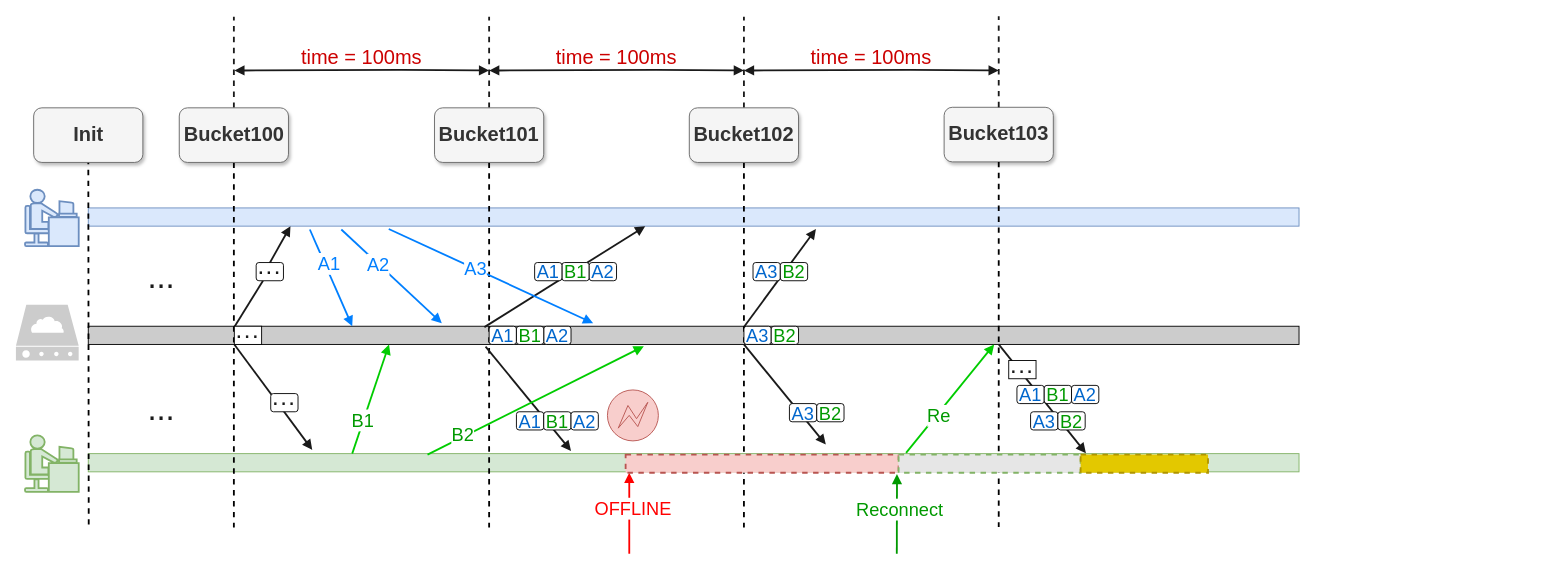
yrdimple/flowChart keeps this draw.io diagram as page "Bucket LockStep 2.0 的副本" (6 of 20) of booming/Booming ypwangv3.0 104ppt-17.drawio. Above is the earlier version. Source tidied: cells renumbered, new cells numbered last; positions are measured from the earlier drawing's top-left corner, leaving out a move shared by most shapes. Both pictures are drawn from the tidied source at 91%, with x=0, y=0 at pixel (15, 15).
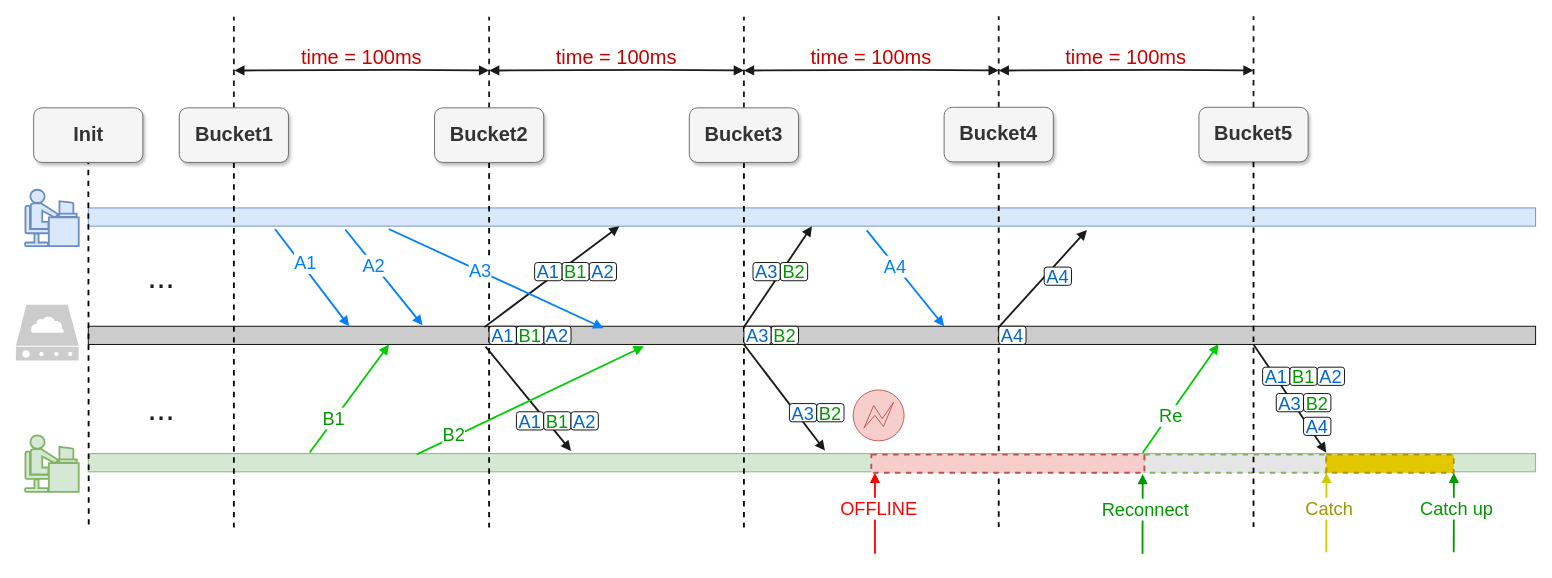
The same page after the edit.

The edit, as a diff of the source:
```diff
@@
     <mxCell id="2" style="rounded=0;whiteSpace=wrap;html=1;fillColor=#CCCCCC;" parent="1" vertex="1">
-      <mxGeometry x="79.5" y="341" width="1330.5" height="20" as="geometry" />
+      <mxGeometry x="79.5" y="341" width="1590.5" height="20" as="geometry" />
     </mxCell>
     <mxCell id="3" style="rounded=0;whiteSpace=wrap;html=1;fillColor=#d5e8d4;strokeColor=#82b366;" parent="1" vertex="1">
-      <mxGeometry x="79.5" y="481" width="1330.5" height="20" as="geometry" />
+      <mxGeometry x="79.5" y="481" width="1590.5" height="20" as="geometry" />
     </mxCell>
     <mxCell id="4" style="rounded=0;whiteSpace=wrap;html=1;fillColor=#dae8fc;strokeColor=#6c8ebf;" parent="1" vertex="1">
-      <mxGeometry x="79.5" y="211" width="1330.5" height="20" as="geometry" />
+      <mxGeometry x="79.5" y="211" width="1590.5" height="20" as="geometry" />
     </mxCell>
@@
-    <mxCell id="8" value="Bucket100" style="rounded=1;whiteSpace=wrap;html=1;fontSize=22;fillColor=#f5f5f5;strokeColor=#666666;fontColor=#333333;shadow=1;fontStyle=1;" parent="1" vertex="1">
+    <mxCell id="8" value="Bucket1" style="rounded=1;whiteSpace=wrap;html=1;fontSize=22;fillColor=#f5f5f5;strokeColor=#666666;fontColor=#333333;shadow=1;fontStyle=1;" parent="1" vertex="1">
       <mxGeometry x="179.5" y="101" width="120" height="60" as="geometry" />
     </mxCell>
@@
-    <mxCell id="11" style="endArrow=block;html=1;rounded=0;strokeWidth=2;fillColor=#dae8fc;gradientColor=#7ea6e0;strokeColor=#007FFF;endFill=1;fontSize=20;exitX=0.183;exitY=1.185;exitDx=0;exitDy=0;exitPerimeter=0;entryX=0.218;entryY=0;entryDx=0;entryDy=0;entryPerimeter=0;" parent="1" edge="1" source="4" target="2">
-      <mxGeometry relative="1" as="geometry" />
+    <mxCell id="11" style="endArrow=block;html=1;rounded=0;strokeWidth=2;fillColor=#dae8fc;gradientColor=#7ea6e0;strokeColor=#007FFF;endFill=1;fontSize=20;exitX=0.129;exitY=1.156;exitDx=0;exitDy=0;exitPerimeter=0;entryX=0.218;entryY=0;entryDx=0;entryDy=0;entryPerimeter=0;" parent="1" edge="1" source="4">
+      <mxGeometry relative="1" as="geometry">
+        <mxPoint x="366.2" y="341" as="targetPoint" />
+      </mxGeometry>
     </mxCell>
@@
-    <mxCell id="13" style="endArrow=block;html=1;rounded=0;strokeWidth=2;fillColor=#ffff88;strokeColor=#00CC00;fontColor=#009900;endFill=1;fontSize=20;exitX=0.218;exitY=0;exitDx=0;exitDy=0;exitPerimeter=0;" parent="1" edge="1" source="3">
+    <mxCell id="13" style="endArrow=block;html=1;rounded=0;strokeWidth=2;fillColor=#ffff88;strokeColor=#00CC00;fontColor=#009900;endFill=1;fontSize=20;exitX=0.153;exitY=-0.067;exitDx=0;exitDy=0;exitPerimeter=0;" parent="1" edge="1" source="3">
       <mxGeometry relative="1" as="geometry">
         <mxPoint x="410" y="361" as="targetPoint" />
       </mxGeometry>
     </mxCell>
@@
-    <mxCell id="15" style="endArrow=block;html=1;rounded=0;strokeWidth=2;entryX=0.46;entryY=1.004;entryDx=0;entryDy=0;fillColor=#dae8fc;gradientColor=#7ea6e0;strokeColor=#1A1A1A;entryPerimeter=0;endFill=1;exitX=0.485;exitY=0.05;exitDx=0;exitDy=0;fontSize=20;exitPerimeter=0;" parent="1" edge="1" target="4">
+    <mxCell id="15" style="endArrow=block;html=1;rounded=0;strokeWidth=2;entryX=0.367;entryY=1;entryDx=0;entryDy=0;fillColor=#dae8fc;gradientColor=#7ea6e0;strokeColor=#1A1A1A;entryPerimeter=0;endFill=1;exitX=0.485;exitY=0.05;exitDx=0;exitDy=0;fontSize=20;exitPerimeter=0;" parent="1" edge="1" target="4">
       <mxGeometry relative="1" as="geometry">
         <mxPoint x="514.8" y="342" as="sourcePoint" />
       </mxGeometry>
     </mxCell>
@@
-    <mxCell id="20" value="Bucket101" style="rounded=1;whiteSpace=wrap;html=1;fontSize=22;fillColor=#f5f5f5;strokeColor=#666666;fontColor=#333333;shadow=1;fontStyle=1;" parent="1" vertex="1">
+    <mxCell id="20" value="Bucket2" style="rounded=1;whiteSpace=wrap;html=1;fontSize=22;fillColor=#f5f5f5;strokeColor=#666666;fontColor=#333333;shadow=1;fontStyle=1;" parent="1" vertex="1">
       <mxGeometry x="460" y="101" width="120" height="60" as="geometry" />
     </mxCell>
@@
-    <mxCell id="22" style="endArrow=block;html=1;rounded=0;strokeWidth=2;fillColor=#dae8fc;gradientColor=#7ea6e0;strokeColor=#007FFF;entryX=0.292;entryY=-0.169;entryDx=0;entryDy=0;exitX=0.209;exitY=1.185;exitDx=0;exitDy=0;exitPerimeter=0;endFill=1;fontSize=20;entryPerimeter=0;" parent="1" edge="1" source="4" target="2">
-      <mxGeometry relative="1" as="geometry" />
+    <mxCell id="22" style="endArrow=block;html=1;rounded=0;strokeWidth=2;fillColor=#dae8fc;gradientColor=#7ea6e0;strokeColor=#007FFF;entryX=0.231;entryY=-0.051;entryDx=0;entryDy=0;exitX=0.209;exitY=1.185;exitDx=0;exitDy=0;exitPerimeter=0;endFill=1;fontSize=20;entryPerimeter=0;" parent="1" edge="1" target="2">
+      <mxGeometry relative="1" as="geometry">
+        <mxPoint x="361.9" y="234.7" as="sourcePoint" />
+      </mxGeometry>
     </mxCell>
@@
-    <mxCell id="24" style="endArrow=block;html=1;rounded=0;strokeWidth=2;fillColor=#dae8fc;gradientColor=#7ea6e0;strokeColor=#007FFF;exitX=0.391;exitY=1.156;exitDx=0;exitDy=0;exitPerimeter=0;endFill=1;fontSize=20;entryX=0.417;entryY=-0.169;entryDx=0;entryDy=0;entryPerimeter=0;" parent="1" edge="1" target="2">
+    <mxCell id="24" style="endArrow=block;html=1;rounded=0;strokeWidth=2;fillColor=#dae8fc;gradientColor=#7ea6e0;strokeColor=#007FFF;exitX=0.391;exitY=1.156;exitDx=0;exitDy=0;exitPerimeter=0;endFill=1;fontSize=20;entryX=0.356;entryY=0.108;entryDx=0;entryDy=0;entryPerimeter=0;" parent="1" edge="1" target="2">
       <mxGeometry relative="1" as="geometry">
         <mxPoint x="409.7" y="234.1" as="sourcePoint" />
       </mxGeometry>
     </mxCell>
@@
-    <mxCell id="26" style="endArrow=block;html=1;rounded=0;strokeWidth=2;exitX=0.408;exitY=0.056;exitDx=0;exitDy=0;exitPerimeter=0;fillColor=#ffff88;strokeColor=#00CC00;fontColor=#009900;endFill=1;fontSize=20;" parent="1" edge="1">
+    <mxCell id="26" style="endArrow=block;html=1;rounded=0;strokeWidth=2;exitX=0.227;exitY=0.039;exitDx=0;exitDy=0;exitPerimeter=0;fillColor=#ffff88;strokeColor=#00CC00;fontColor=#009900;endFill=1;fontSize=20;" parent="1" edge="1" source="3">
       <mxGeometry relative="1" as="geometry">
-        <mxPoint x="452.3" y="482.1" as="sourcePoint" />
         <mxPoint x="690" y="363" as="targetPoint" />
       </mxGeometry>
     </mxCell>
@@
-    <mxCell id="28" style="endArrow=block;html=1;rounded=0;strokeWidth=2;entryX=0.601;entryY=1.156;entryDx=0;entryDy=0;fillColor=#dae8fc;gradientColor=#7ea6e0;strokeColor=#1A1A1A;entryPerimeter=0;endFill=1;exitX=0.793;exitY=0.072;exitDx=0;exitDy=0;exitPerimeter=0;fontSize=20;" parent="1" edge="1" target="4">
+    <mxCell id="28" style="endArrow=block;html=1;rounded=0;strokeWidth=2;entryX=0.5;entryY=1;entryDx=0;entryDy=0;fillColor=#dae8fc;gradientColor=#7ea6e0;strokeColor=#1A1A1A;endFill=1;exitX=0.793;exitY=0.072;exitDx=0;exitDy=0;exitPerimeter=0;fontSize=20;" parent="1" edge="1" target="4">
       <mxGeometry relative="1" as="geometry">
         <mxPoint x="799.6" y="342.4" as="sourcePoint" />
       </mxGeometry>
     </mxCell>
-    <mxCell id="29" style="endArrow=block;html=1;rounded=0;strokeWidth=2;fillColor=#dae8fc;gradientColor=#7ea6e0;strokeColor=#1A1A1A;endFill=1;" parent="1" edge="1">
+    <mxCell id="29" style="endArrow=block;html=1;rounded=0;strokeWidth=2;fillColor=#dae8fc;gradientColor=#7ea6e0;strokeColor=#1A1A1A;endFill=1;entryX=0.509;entryY=-0.163;entryDx=0;entryDy=0;entryPerimeter=0;" parent="1" edge="1" target="3">
       <mxGeometry relative="1" as="geometry">
         <mxPoint x="800" y="361" as="sourcePoint" />
-        <mxPoint x="890" y="471" as="targetPoint" />
       </mxGeometry>
     </mxCell>
@@
-    <mxCell id="54" style="endArrow=block;html=1;rounded=0;strokeWidth=2;entryX=0.167;entryY=1.004;entryDx=0;entryDy=0;fillColor=#dae8fc;gradientColor=#7ea6e0;strokeColor=#1A1A1A;endFill=1;exitX=0.485;exitY=0.05;exitDx=0;exitDy=0;fontSize=20;exitPerimeter=0;startArrow=none;entryPerimeter=0;" parent="1" edge="1" target="4">
-      <mxGeometry relative="1" as="geometry">
-        <mxPoint x="278.6" y="272" as="sourcePoint" />
-      </mxGeometry>
-    </mxCell>
-    <mxCell id="55" style="endArrow=block;html=1;rounded=0;strokeWidth=2;fillColor=#dae8fc;gradientColor=#7ea6e0;strokeColor=#1A1A1A;endFill=1;exitX=0.486;exitY=1.118;exitDx=0;exitDy=0;exitPerimeter=0;entryX=0.185;entryY=-0.206;entryDx=0;entryDy=0;entryPerimeter=0;fontSize=20;" parent="1" edge="1" target="3">
-      <mxGeometry relative="1" as="geometry">
-        <mxPoint x="240" y="361" as="sourcePoint" />
-      </mxGeometry>
-    </mxCell>
-    <mxCell id="56" style="endArrow=none;html=1;rounded=0;strokeWidth=2;entryX=0.25;entryY=1;entryDx=0;entryDy=0;fillColor=#dae8fc;gradientColor=#7ea6e0;strokeColor=#1A1A1A;endFill=1;exitX=0.485;exitY=0.05;exitDx=0;exitDy=0;fontSize=20;exitPerimeter=0;" parent="1" edge="1">
-      <mxGeometry relative="1" as="geometry">
-        <mxPoint x="240" y="341.9" as="sourcePoint" />
-        <mxPoint x="271.5" y="291" as="targetPoint" />
-      </mxGeometry>
-    </mxCell>
-    <mxCell id="57" value="&lt;font color=&quot;#1a1a1a&quot;&gt;···&lt;/font&gt;" style="rounded=1;whiteSpace=wrap;html=1;fontSize=27;fontColor=#0066CC;strokeWidth=1;fillColor=default;gradientColor=none;align=right;labelPosition=center;verticalLabelPosition=middle;verticalAlign=middle;horizontal=1;" parent="1" vertex="1">
-      <mxGeometry x="264" y="271" width="30" height="20" as="geometry" />
-    </mxCell>
-    <mxCell id="58" value="&lt;font color=&quot;#1a1a1a&quot;&gt;···&lt;/font&gt;" style="rounded=1;whiteSpace=wrap;html=1;fontSize=27;fontColor=#0066CC;strokeWidth=1;fillColor=default;gradientColor=none;align=right;labelPosition=center;verticalLabelPosition=middle;verticalAlign=middle;horizontal=1;arcSize=0;" parent="1" vertex="1">
-      <mxGeometry x="240" y="341" width="30" height="20" as="geometry" />
-    </mxCell>
-    <mxCell id="59" value="&lt;font color=&quot;#1a1a1a&quot;&gt;···&lt;/font&gt;" style="rounded=1;whiteSpace=wrap;html=1;fontSize=27;fontColor=#0066CC;strokeWidth=1;fillColor=default;gradientColor=none;align=right;labelPosition=center;verticalLabelPosition=middle;verticalAlign=middle;horizontal=1;" parent="1" vertex="1">
-      <mxGeometry x="280" y="415" width="30" height="20" as="geometry" />
-    </mxCell>
-    <mxCell id="60" value="Bucket102" style="rounded=1;whiteSpace=wrap;html=1;fontSize=22;fillColor=#f5f5f5;strokeColor=#666666;fontColor=#333333;shadow=1;fontStyle=1;" parent="1" vertex="1">
+    <mxCell id="60" value="Bucket3" style="rounded=1;whiteSpace=wrap;html=1;fontSize=22;fillColor=#f5f5f5;strokeColor=#666666;fontColor=#333333;shadow=1;fontStyle=1;" parent="1" vertex="1">
       <mxGeometry x="740" y="101" width="120" height="60" as="geometry" />
     </mxCell>
@@
-    <mxCell id="62" value="Bucket103" style="rounded=1;whiteSpace=wrap;html=1;fontSize=22;fillColor=#f5f5f5;strokeColor=#666666;fontColor=#333333;shadow=1;fontStyle=1;" parent="1" vertex="1">
+    <mxCell id="62" value="Bucket4" style="rounded=1;whiteSpace=wrap;html=1;fontSize=22;fillColor=#f5f5f5;strokeColor=#666666;fontColor=#333333;shadow=1;fontStyle=1;" parent="1" vertex="1">
       <mxGeometry x="1020" y="100.4" width="120" height="60" as="geometry" />
     </mxCell>
@@
-    <mxCell id="67" style="shape=mxgraph.bpmn.event;html=1;verticalLabelPosition=bottom;labelBackgroundColor=#ffffff;verticalAlign=top;align=center;perimeter=ellipsePerimeter;outline=eventInt;symbol=error;fillColor=#f8cecc;strokeColor=#b85450;" parent="1" vertex="1">
-      <mxGeometry x="650" y="411" width="56" height="56" as="geometry" />
-    </mxCell>
     <mxCell id="68" style="endArrow=block;html=1;rounded=0;strokeWidth=2;entryX=0;entryY=1;entryDx=0;entryDy=0;fillColor=#f8cecc;strokeColor=#FF0000;endFill=1;fontSize=20;" parent="1" edge="1">
       <mxGeometry relative="1" as="geometry">
-        <mxPoint x="674" y="591" as="sourcePoint" />
-        <mxPoint x="674" y="502" as="targetPoint" />
+        <mxPoint x="944" y="591" as="sourcePoint" />
+        <mxPoint x="944" y="502" as="targetPoint" />
       </mxGeometry>
     </mxCell>
@@
-    <mxCell id="70" style="rounded=0;whiteSpace=wrap;html=1;fillColor=#f8cecc;strokeColor=#b85450;dashed=1;strokeWidth=2;" parent="1" vertex="1">
-      <mxGeometry x="670" y="482" width="300" height="20" as="geometry" />
-    </mxCell>
     <mxCell id="71" style="endArrow=block;html=1;rounded=0;strokeWidth=2;entryX=0.275;entryY=1.075;entryDx=0;entryDy=0;fillColor=#d5e8d4;strokeColor=#009900;endFill=1;fontSize=20;entryPerimeter=0;gradientColor=#97d077;" parent="1" edge="1">
       <mxGeometry relative="1" as="geometry">
-        <mxPoint x="968" y="591" as="sourcePoint" />
-        <mxPoint x="968.2" y="503.5" as="targetPoint" />
+        <mxPoint x="1238" y="591" as="sourcePoint" />
+        <mxPoint x="1238.2" y="503.5" as="targetPoint" />
       </mxGeometry>
     </mxCell>
@@
-    <mxCell id="73" style="endArrow=block;html=1;rounded=0;strokeWidth=2;exitX=0.685;exitY=-0.043;exitDx=0;exitDy=0;exitPerimeter=0;fillColor=#ffff88;strokeColor=#00CC00;fontColor=#009900;endFill=1;entryX=0.669;entryY=1.118;entryDx=0;entryDy=0;entryPerimeter=0;fontSize=20;" parent="1" edge="1">
+    <mxCell id="73" style="endArrow=block;html=1;rounded=0;strokeWidth=2;exitX=0.685;exitY=-0.043;exitDx=0;exitDy=0;exitPerimeter=0;fillColor=#ffff88;strokeColor=#00CC00;fontColor=#009900;endFill=1;fontSize=20;entryX=0.781;entryY=0.977;entryDx=0;entryDy=0;entryPerimeter=0;" parent="1" edge="1" target="2">
       <mxGeometry relative="1" as="geometry">
-        <mxPoint x="978.2" y="480.1" as="sourcePoint" />
-        <mxPoint x="1075" y="361" as="targetPoint" />
+        <mxPoint x="1238.2" y="480.1" as="sourcePoint" />
       </mxGeometry>
     </mxCell>
@@
-    <mxCell id="75" style="endArrow=block;html=1;rounded=0;strokeWidth=2;fillColor=#dae8fc;gradientColor=#7ea6e0;strokeColor=#1A1A1A;endFill=1;entryX=0.824;entryY=-0.025;entryDx=0;entryDy=0;entryPerimeter=0;" parent="1" edge="1" target="3">
+    <mxCell id="75" style="endArrow=block;html=1;rounded=0;strokeWidth=2;fillColor=#dae8fc;gradientColor=#7ea6e0;strokeColor=#1A1A1A;endFill=1;" parent="1" edge="1">
       <mxGeometry relative="1" as="geometry">
-        <mxPoint x="1080" y="361" as="sourcePoint" />
+        <mxPoint x="1360" y="361" as="sourcePoint" />
+        <mxPoint x="1440" y="480" as="targetPoint" />
       </mxGeometry>
     </mxCell>
-    <mxCell id="76" value="&lt;font color=&quot;#1a1a1a&quot;&gt;···&lt;/font&gt;" style="rounded=1;whiteSpace=wrap;html=1;fontSize=27;fontColor=#0066CC;strokeWidth=1;fillColor=default;gradientColor=none;align=right;labelPosition=center;verticalLabelPosition=middle;verticalAlign=middle;horizontal=1;arcSize=0;" parent="1" vertex="1">
-      <mxGeometry x="1091" y="378.7" width="30" height="20" as="geometry" />
-    </mxCell>
     <mxCell id="77" value="A1" style="rounded=1;whiteSpace=wrap;html=1;fontSize=20;fontColor=#0066CC;strokeWidth=1;fillColor=default;gradientColor=none;" parent="1" vertex="1">
-      <mxGeometry x="1100" y="406" width="30" height="20" as="geometry" />
+      <mxGeometry x="1370" y="386" width="30" height="20" as="geometry" />
     </mxCell>
     <mxCell id="78" value="B1" style="rounded=1;whiteSpace=wrap;html=1;fontSize=20;fontColor=#009900;strokeWidth=1;fillColor=default;" parent="1" vertex="1">
-      <mxGeometry x="1130" y="406" width="30" height="20" as="geometry" />
+      <mxGeometry x="1400" y="386" width="30" height="20" as="geometry" />
     </mxCell>
     <mxCell id="79" value="A2" style="rounded=1;whiteSpace=wrap;html=1;fontSize=20;fontColor=#0066CC;strokeWidth=1;fillColor=default;" parent="1" vertex="1">
-      <mxGeometry x="1160" y="406" width="30" height="20" as="geometry" />
+      <mxGeometry x="1430" y="386" width="30" height="20" as="geometry" />
     </mxCell>
     <mxCell id="80" value="A3" style="rounded=1;whiteSpace=wrap;html=1;fontSize=20;fontColor=#0066CC;strokeWidth=1;fillColor=default;" parent="1" vertex="1">
-      <mxGeometry x="1115" y="435" width="30" height="20" as="geometry" />
+      <mxGeometry x="1385" y="415" width="30" height="20" as="geometry" />
     </mxCell>
     <mxCell id="81" value="B2" style="rounded=1;whiteSpace=wrap;html=1;fontSize=20;fontColor=#009900;strokeWidth=1;fillColor=default;" parent="1" vertex="1">
-      <mxGeometry x="1145" y="435" width="30" height="20" as="geometry" />
+      <mxGeometry x="1415" y="415" width="30" height="20" as="geometry" />
     </mxCell>
     <mxCell id="82" style="rounded=0;whiteSpace=wrap;html=1;fillColor=#E6E6E6;strokeColor=#82b366;dashed=1;strokeWidth=2;" parent="1" vertex="1">
-      <mxGeometry x="970" y="482" width="200" height="20" as="geometry" />
+      <mxGeometry x="1240" y="482" width="200" height="20" as="geometry" />
     </mxCell>
     <mxCell id="83" style="rounded=0;whiteSpace=wrap;html=1;fillColor=#e3c800;strokeColor=#B09500;dashed=1;strokeWidth=2;fontColor=#000000;" parent="1" vertex="1">
-      <mxGeometry x="1170" y="482" width="140" height="20" as="geometry" />
+      <mxGeometry x="1440" y="482" width="140" height="20" as="geometry" />
     </mxCell>
+    <mxCell id="84" style="shape=mxgraph.bpmn.event;html=1;verticalLabelPosition=bottom;labelBackgroundColor=#ffffff;verticalAlign=top;align=center;perimeter=ellipsePerimeter;outline=eventInt;symbol=error;fillColor=#f8cecc;strokeColor=#b85450;" parent="1" vertex="1">
+      <mxGeometry x="920" y="411" width="56" height="56" as="geometry" />
+    </mxCell>
+    <mxCell id="85" style="rounded=0;whiteSpace=wrap;html=1;fillColor=#f8cecc;strokeColor=#b85450;dashed=1;strokeWidth=2;" parent="1" vertex="1">
+      <mxGeometry x="940" y="482" width="300" height="20" as="geometry" />
+    </mxCell>
+    <mxCell id="86" value="Bucket5" style="rounded=1;whiteSpace=wrap;html=1;fontSize=22;fillColor=#f5f5f5;strokeColor=#666666;fontColor=#333333;shadow=1;fontStyle=1;" parent="1" vertex="1">
+      <mxGeometry x="1300" y="100.4" width="120" height="60" as="geometry" />
+    </mxCell>
+    <mxCell id="87" style="edgeStyle=none;rounded=0;jettySize=auto;html=1;dashed=1;fontSize=22;fontColor=#CC0000;endArrow=none;endFill=0;strokeColor=#1A1A1A;strokeWidth=2;startArrow=none;" parent="1" edge="1" source="86">
+      <mxGeometry relative="1" as="geometry">
+        <mxPoint x="1360" y="0.4" as="targetPoint" />
+      </mxGeometry>
+    </mxCell>
+    <mxCell id="88" style="edgeStyle=orthogonalEdgeStyle;rounded=0;orthogonalLoop=1;jettySize=auto;html=1;dashed=1;endArrow=none;endFill=0;strokeWidth=2;" parent="1" edge="1">
+      <mxGeometry relative="1" as="geometry">
+        <mxPoint x="1360" y="160.4" as="sourcePoint" />
+        <mxPoint x="1360" y="561.6" as="targetPoint" />
+      </mxGeometry>
+    </mxCell>
+    <mxCell id="89" value="time = 100ms" style="text;html=1;strokeColor=none;fillColor=none;align=center;verticalAlign=middle;whiteSpace=wrap;rounded=0;fontSize=22;fontColor=#CC0000;" parent="1" vertex="1">
+      <mxGeometry x="1150" y="31" width="140" height="30" as="geometry" />
+    </mxCell>
+    <mxCell id="90" style="endArrow=block;startArrow=block;html=1;rounded=0;fontSize=22;fontColor=#CC0000;strokeColor=#1A1A1A;strokeWidth=2;startFill=1;endFill=1;" parent="1" edge="1">
+      <mxGeometry relative="1" as="geometry">
+        <mxPoint x="1080" y="60" as="sourcePoint" />
+        <mxPoint x="1360" y="60" as="targetPoint" />
+        <Array as="points">
+          <mxPoint x="1263.5" y="59.3" />
+        </Array>
+      </mxGeometry>
+    </mxCell>
+    <mxCell id="91" style="edgeStyle=orthogonalEdgeStyle;rounded=0;orthogonalLoop=1;jettySize=auto;html=1;exitX=0.5;exitY=1;exitDx=0;exitDy=0;fontSize=20;fontColor=#006633;strokeColor=#00994D;strokeWidth=6;" parent="1" edge="1" source="83" target="83">
+      <mxGeometry relative="1" as="geometry" />
+    </mxCell>
+    <mxCell id="92" style="endArrow=block;html=1;rounded=0;strokeWidth=2;entryX=0.275;entryY=1.075;entryDx=0;entryDy=0;fillColor=#fff2cc;strokeColor=#CCCC00;endFill=1;fontSize=20;entryPerimeter=0;" parent="1" edge="1">
+      <mxGeometry relative="1" as="geometry">
+        <mxPoint x="1440" y="589.5" as="sourcePoint" />
+        <mxPoint x="1440.2" y="502" as="targetPoint" />
+      </mxGeometry>
+    </mxCell>
+    <mxCell id="93" value="Catch" style="edgeLabel;html=1;align=center;verticalAlign=middle;fontSize=20;fontColor=#999900;" parent="92" vertex="1">
+      <mxGeometry x="-0.42" y="1" relative="1" as="geometry">
+        <mxPoint x="3" y="-24" as="offset" />
+      </mxGeometry>
+    </mxCell>
+    <mxCell id="94" style="endArrow=block;html=1;rounded=0;strokeWidth=2;fillColor=#dae8fc;gradientColor=#7ea6e0;strokeColor=#007FFF;entryX=0.231;entryY=-0.051;entryDx=0;entryDy=0;exitX=0.209;exitY=1.185;exitDx=0;exitDy=0;exitPerimeter=0;endFill=1;fontSize=20;entryPerimeter=0;" parent="1" edge="1">
+      <mxGeometry relative="1" as="geometry">
+        <mxPoint x="935" y="235.7" as="sourcePoint" />
+        <mxPoint x="1020" y="341" as="targetPoint" />
+      </mxGeometry>
+    </mxCell>
+    <mxCell id="95" value="A4" style="edgeLabel;html=1;align=center;verticalAlign=middle;fontSize=20;fontColor=#007FFF;" parent="94" vertex="1">
+      <mxGeometry x="-0.29" relative="1" as="geometry">
+        <mxPoint y="1" as="offset" />
+      </mxGeometry>
+    </mxCell>
+    <mxCell id="96" style="endArrow=block;html=1;rounded=0;strokeWidth=2;entryX=0.69;entryY=1.211;entryDx=0;entryDy=0;fillColor=#dae8fc;gradientColor=#7ea6e0;strokeColor=#1A1A1A;entryPerimeter=0;endFill=1;exitX=0.485;exitY=0.05;exitDx=0;exitDy=0;fontSize=20;exitPerimeter=0;" parent="1" edge="1" target="4">
+      <mxGeometry relative="1" as="geometry">
+        <mxPoint x="1080" y="342" as="sourcePoint" />
+      </mxGeometry>
+    </mxCell>
+    <mxCell id="97" value="A4" style="rounded=1;whiteSpace=wrap;html=1;fontSize=20;fontColor=#0066CC;strokeWidth=1;fillColor=default;" parent="1" vertex="1">
+      <mxGeometry x="1130" y="276" width="30" height="20" as="geometry" />
+    </mxCell>
+    <mxCell id="98" value="A4" style="rounded=1;whiteSpace=wrap;html=1;fontSize=20;fontColor=#0066CC;strokeWidth=1;fillColor=default;" parent="1" vertex="1">
+      <mxGeometry x="1080" y="341" width="30" height="20" as="geometry" />
+    </mxCell>
+    <mxCell id="99" value="A4" style="rounded=1;whiteSpace=wrap;html=1;fontSize=20;fontColor=#0066CC;strokeWidth=1;fillColor=default;" parent="1" vertex="1">
+      <mxGeometry x="1415" y="441" width="30" height="20" as="geometry" />
+    </mxCell>
+    <mxCell id="100" style="endArrow=block;html=1;rounded=0;strokeWidth=2;entryX=0.275;entryY=1.075;entryDx=0;entryDy=0;fillColor=#d5e8d4;strokeColor=#009900;endFill=1;fontSize=20;entryPerimeter=0;gradientColor=#97d077;" parent="1" edge="1">
+      <mxGeometry relative="1" as="geometry">
+        <mxPoint x="1580" y="589.5" as="sourcePoint" />
+        <mxPoint x="1580.2" y="502" as="targetPoint" />
+      </mxGeometry>
+    </mxCell>
+    <mxCell id="101" value="Catch up" style="edgeLabel;html=1;align=center;verticalAlign=middle;fontSize=20;fontColor=#009900;" parent="100" vertex="1">
+      <mxGeometry x="-0.42" y="1" relative="1" as="geometry">
+        <mxPoint x="3" y="-24" as="offset" />
+      </mxGeometry>
+    </mxCell>
```
